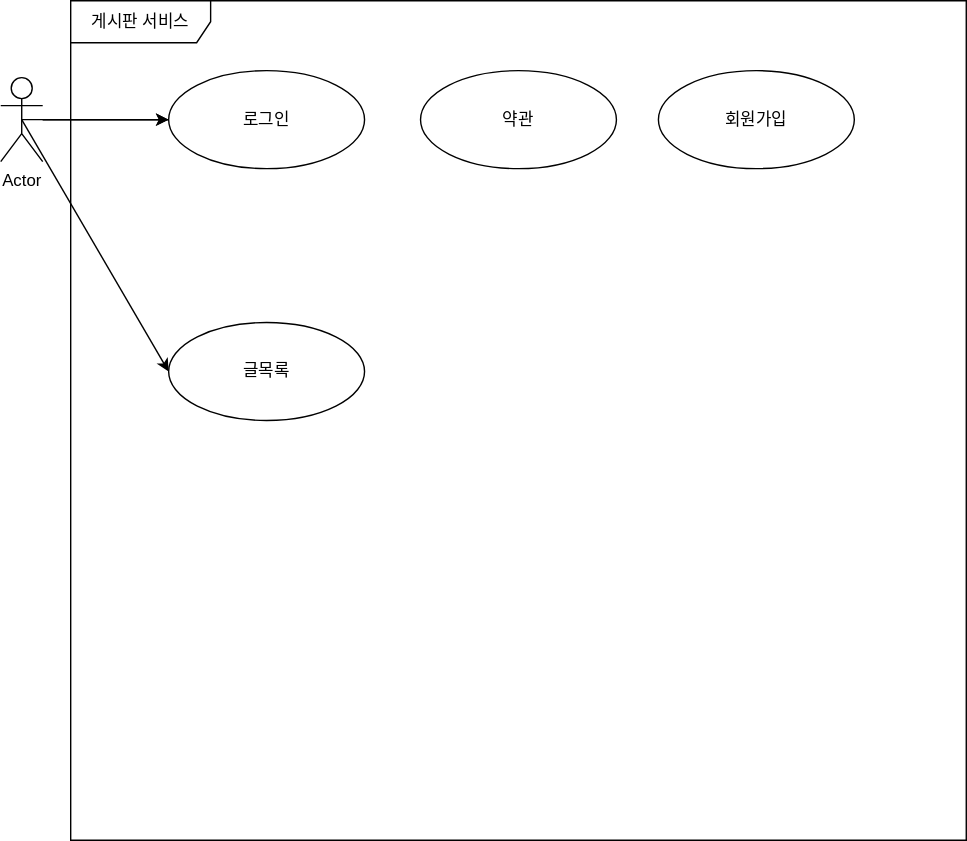
Hongscoding/JSP keeps this draw.io diagram as JBoard1/게시판 서비스.drawio.svg. Above is the earlier version. Source tidied: cells renumbered, new cells last; positions are measured from the earlier drawing's top-left corner, leaving out a move shared by most shapes. Source of this version:
```xml
<mxGraphModel>
  <root>
    <mxCell id="0" />
    <mxCell id="1" parent="0" />
    <mxCell id="2" style="edgeStyle=orthogonalEdgeStyle;rounded=0;jettySize=auto;html=1;exitX=0.5;exitY=0.5;exitDx=0;exitDy=0;exitPerimeter=0;" parent="1" edge="1" source="5" target="9">
      <mxGeometry relative="1" as="geometry" />
    </mxCell>
    <mxCell id="3" style="rounded=0;jettySize=auto;html=1;exitX=0.5;exitY=0.5;exitDx=0;exitDy=0;exitPerimeter=0;entryX=0;entryY=0.5;entryDx=0;entryDy=0;" parent="1" edge="1" source="5" target="10">
      <mxGeometry relative="1" as="geometry" />
    </mxCell>
    <mxCell id="4" style="edgeStyle=orthogonalEdgeStyle;rounded=0;jettySize=auto;html=1;" parent="1" edge="1" source="5" target="9">
      <mxGeometry relative="1" as="geometry" />
    </mxCell>
    <mxCell id="5" value="Actor" style="shape=umlActor;verticalLabelPosition=bottom;verticalAlign=top;html=1;outlineConnect=0;" parent="1" vertex="1">
      <mxGeometry y="55" width="30" height="60" as="geometry" />
    </mxCell>
    <mxCell id="6" value="게시판 서비스" style="shape=umlFrame;whiteSpace=wrap;html=1;width=100;height=30;" parent="1" vertex="1">
      <mxGeometry x="50" width="640" height="600" as="geometry" />
    </mxCell>
    <mxCell id="7" style="edgeStyle=none;rounded=0;jettySize=auto;html=1;endArrow=none;endFill=0;" parent="1" edge="1" source="9" target="5">
      <mxGeometry relative="1" as="geometry" />
    </mxCell>
    <mxCell id="8" style="edgeStyle=none;rounded=0;jettySize=auto;html=1;endArrow=none;endFill=0;strokeWidth=1;startArrow=none;startFill=0;" parent="1" edge="1" source="9" target="5">
      <mxGeometry relative="1" as="geometry" />
    </mxCell>
    <mxCell id="9" value="로그인" style="ellipse;whiteSpace=wrap;html=1;" parent="1" vertex="1">
      <mxGeometry x="120" y="50" width="140" height="70" as="geometry" />
    </mxCell>
    <mxCell id="10" value="글목록" style="ellipse;whiteSpace=wrap;html=1;" parent="1" vertex="1">
      <mxGeometry x="120" y="230" width="140" height="70" as="geometry" />
    </mxCell>
    <mxCell id="11" value="약관" style="ellipse;whiteSpace=wrap;html=1;" parent="1" vertex="1">
      <mxGeometry x="300" y="50" width="140" height="70" as="geometry" />
    </mxCell>
    <mxCell id="12" value="회원가입" style="ellipse;whiteSpace=wrap;html=1;" parent="1" vertex="1">
      <mxGeometry x="470" y="50" width="140" height="70" as="geometry" />
    </mxCell>
  </root>
</mxGraphModel>
```
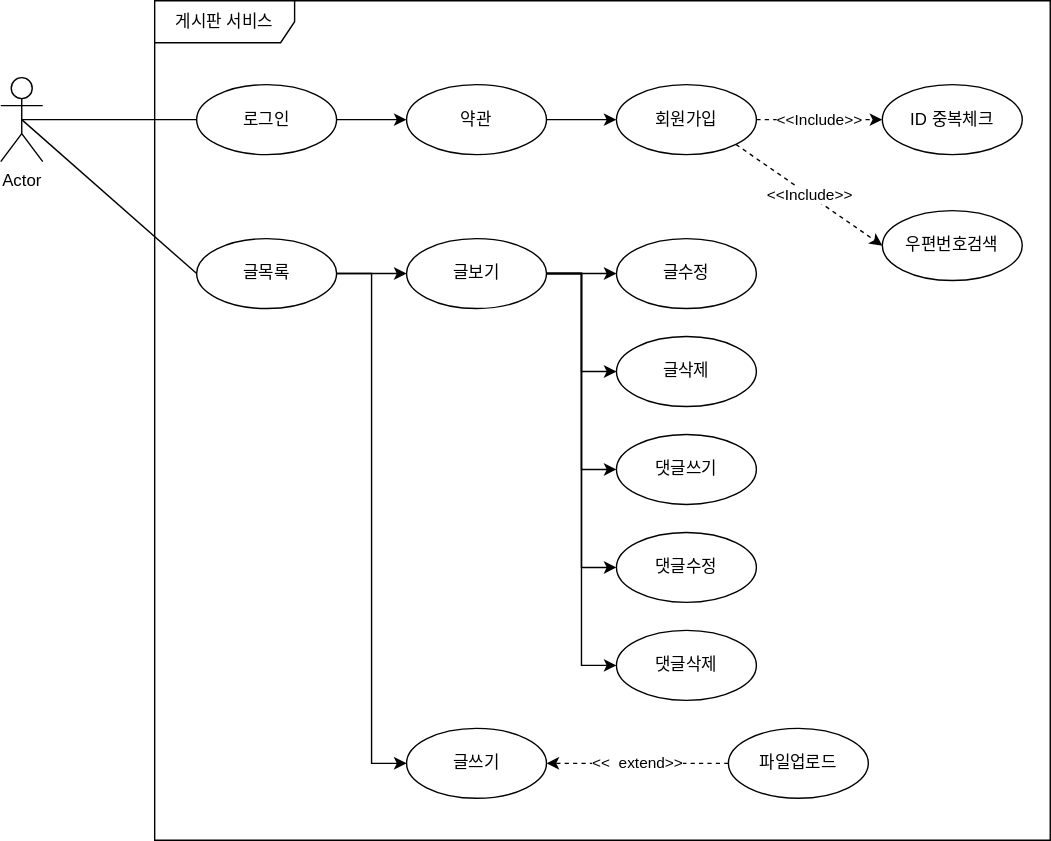
The same file after the commit.

Commit message:
게시판 서비스.drawio.svg 업데이트

Change to the diagram source:
```diff
@@ -2,38 +2,95 @@
   <root>
     <mxCell id="0" />
     <mxCell id="1" parent="0" />
-    <mxCell id="2" style="edgeStyle=orthogonalEdgeStyle;rounded=0;jettySize=auto;html=1;exitX=0.5;exitY=0.5;exitDx=0;exitDy=0;exitPerimeter=0;" parent="1" edge="1" source="5" target="9">
-      <mxGeometry relative="1" as="geometry" />
-    </mxCell>
+    <mxCell id="13" style="edgeStyle=none;rounded=0;jettySize=auto;html=1;exitX=0.5;exitY=0.5;exitDx=0;exitDy=0;exitPerimeter=0;entryX=0;entryY=0.5;entryDx=0;entryDy=0;strokeWidth=1;startArrow=none;startFill=0;endArrow=none;endFill=0;" parent="1" edge="1" source="5" target="9">
+      <mxGeometry relative="1" as="geometry" />
+    </mxCell>
-    <mxCell id="3" style="rounded=0;jettySize=auto;html=1;exitX=0.5;exitY=0.5;exitDx=0;exitDy=0;exitPerimeter=0;entryX=0;entryY=0.5;entryDx=0;entryDy=0;" parent="1" edge="1" source="5" target="10">
+    <mxCell id="3" style="edgeStyle=none;rounded=0;jettySize=auto;html=1;exitX=0.5;exitY=0.5;exitDx=0;exitDy=0;exitPerimeter=0;entryX=0;entryY=0.5;entryDx=0;entryDy=0;strokeWidth=1;startArrow=none;startFill=0;endArrow=none;endFill=0;" parent="1" edge="1" source="5" target="10">
       <mxGeometry relative="1" as="geometry" />
     </mxCell>
-    <mxCell id="4" style="edgeStyle=orthogonalEdgeStyle;rounded=0;jettySize=auto;html=1;" parent="1" edge="1" source="5" target="9">
-      <mxGeometry relative="1" as="geometry" />
-    </mxCell>
     <mxCell id="5" value="Actor" style="shape=umlActor;verticalLabelPosition=bottom;verticalAlign=top;html=1;outlineConnect=0;" parent="1" vertex="1">
-      <mxGeometry y="55" width="30" height="60" as="geometry" />
+      <mxGeometry x="-60" y="55" width="30" height="60" as="geometry" />
     </mxCell>
     <mxCell id="6" value="게시판 서비스" style="shape=umlFrame;whiteSpace=wrap;html=1;width=100;height=30;" parent="1" vertex="1">
       <mxGeometry x="50" width="640" height="600" as="geometry" />
     </mxCell>
-    <mxCell id="7" style="edgeStyle=none;rounded=0;jettySize=auto;html=1;endArrow=none;endFill=0;" parent="1" edge="1" source="9" target="5">
-      <mxGeometry relative="1" as="geometry" />
-    </mxCell>
-    <mxCell id="8" style="edgeStyle=none;rounded=0;jettySize=auto;html=1;endArrow=none;endFill=0;strokeWidth=1;startArrow=none;startFill=0;" parent="1" edge="1" source="9" target="5">
-      <mxGeometry relative="1" as="geometry" />
-    </mxCell>
+    <mxCell id="14" style="edgeStyle=none;rounded=0;jettySize=auto;html=1;strokeWidth=1;startArrow=none;startFill=0;endArrow=classic;endFill=1;" parent="1" edge="1" source="9" target="11">
+      <mxGeometry relative="1" as="geometry" />
+    </mxCell>
     <mxCell id="9" value="로그인" style="ellipse;whiteSpace=wrap;html=1;" parent="1" vertex="1">
-      <mxGeometry x="120" y="50" width="140" height="70" as="geometry" />
+      <mxGeometry x="80" y="60" width="100" height="50" as="geometry" />
     </mxCell>
+    <mxCell id="15" style="edgeStyle=none;rounded=0;jettySize=auto;html=1;exitX=1;exitY=0.5;exitDx=0;exitDy=0;entryX=0;entryY=0.5;entryDx=0;entryDy=0;strokeWidth=1;startArrow=none;startFill=0;endArrow=classic;endFill=1;" parent="1" edge="1" source="10" target="27">
+      <mxGeometry relative="1" as="geometry" />
+    </mxCell>
+    <mxCell id="16" style="edgeStyle=orthogonalEdgeStyle;rounded=0;jettySize=auto;html=1;exitX=1;exitY=0.5;exitDx=0;exitDy=0;entryX=0;entryY=0.5;entryDx=0;entryDy=0;strokeWidth=1;startArrow=none;startFill=0;endArrow=classic;endFill=1;" parent="1" edge="1" source="10" target="33">
+      <mxGeometry relative="1" as="geometry" />
+    </mxCell>
     <mxCell id="10" value="글목록" style="ellipse;whiteSpace=wrap;html=1;" parent="1" vertex="1">
-      <mxGeometry x="120" y="230" width="140" height="70" as="geometry" />
+      <mxGeometry x="80" y="170" width="100" height="50" as="geometry" />
     </mxCell>
+    <mxCell id="17" style="edgeStyle=none;rounded=0;jettySize=auto;html=1;strokeWidth=1;startArrow=none;startFill=0;endArrow=classic;endFill=1;" parent="1" edge="1" source="11" target="12">
+      <mxGeometry relative="1" as="geometry" />
+    </mxCell>
     <mxCell id="11" value="약관" style="ellipse;whiteSpace=wrap;html=1;" parent="1" vertex="1">
-      <mxGeometry x="300" y="50" width="140" height="70" as="geometry" />
+      <mxGeometry x="230" y="60" width="100" height="50" as="geometry" />
     </mxCell>
+    <mxCell id="18" value="&amp;lt;&amp;lt;Include&amp;gt;&amp;gt;" style="edgeStyle=none;rounded=0;jettySize=auto;html=1;exitX=1;exitY=1;exitDx=0;exitDy=0;entryX=0;entryY=0.5;entryDx=0;entryDy=0;dashed=1;strokeWidth=1;startArrow=none;startFill=0;endArrow=classic;endFill=1;" parent="1" edge="1" source="12" target="21">
+      <mxGeometry relative="1" as="geometry" />
+    </mxCell>
+    <mxCell id="19" value="&amp;lt;&amp;lt;Include&amp;gt;&amp;gt;" style="edgeStyle=none;rounded=0;jettySize=auto;html=1;exitX=1;exitY=0.5;exitDx=0;exitDy=0;entryX=0;entryY=0.5;entryDx=0;entryDy=0;dashed=1;strokeWidth=1;startArrow=none;startFill=0;endArrow=classic;endFill=1;" parent="1" edge="1" source="12" target="20">
+      <mxGeometry relative="1" as="geometry" />
+    </mxCell>
     <mxCell id="12" value="회원가입" style="ellipse;whiteSpace=wrap;html=1;" parent="1" vertex="1">
-      <mxGeometry x="470" y="50" width="140" height="70" as="geometry" />
+      <mxGeometry x="380" y="60" width="100" height="50" as="geometry" />
     </mxCell>
+    <mxCell id="20" value="ID 중복체크" style="ellipse;whiteSpace=wrap;html=1;" parent="1" vertex="1">
+      <mxGeometry x="570" y="60" width="100" height="50" as="geometry" />
+    </mxCell>
+    <mxCell id="21" value="우편번호검색" style="ellipse;whiteSpace=wrap;html=1;" parent="1" vertex="1">
+      <mxGeometry x="570" y="150" width="100" height="50" as="geometry" />
+    </mxCell>
+    <mxCell id="22" style="edgeStyle=orthogonalEdgeStyle;rounded=0;jettySize=auto;html=1;exitX=1;exitY=0.5;exitDx=0;exitDy=0;strokeWidth=1;startArrow=none;startFill=0;endArrow=classic;endFill=1;" parent="1" edge="1" source="27" target="28">
+      <mxGeometry relative="1" as="geometry" />
+    </mxCell>
+    <mxCell id="23" style="edgeStyle=orthogonalEdgeStyle;rounded=0;jettySize=auto;html=1;exitX=1;exitY=0.5;exitDx=0;exitDy=0;entryX=0;entryY=0.5;entryDx=0;entryDy=0;strokeWidth=1;startArrow=none;startFill=0;endArrow=classic;endFill=1;" parent="1" edge="1" source="27" target="29">
+      <mxGeometry relative="1" as="geometry" />
+    </mxCell>
+    <mxCell id="24" style="edgeStyle=orthogonalEdgeStyle;rounded=0;jettySize=auto;html=1;exitX=1;exitY=0.5;exitDx=0;exitDy=0;entryX=0;entryY=0.5;entryDx=0;entryDy=0;strokeWidth=1;startArrow=none;startFill=0;endArrow=classic;endFill=1;" parent="1" edge="1" source="27" target="30">
+      <mxGeometry relative="1" as="geometry" />
+    </mxCell>
+    <mxCell id="25" style="edgeStyle=orthogonalEdgeStyle;rounded=0;jettySize=auto;html=1;exitX=1;exitY=0.5;exitDx=0;exitDy=0;entryX=0;entryY=0.5;entryDx=0;entryDy=0;strokeWidth=1;startArrow=none;startFill=0;endArrow=classic;endFill=1;" parent="1" edge="1" source="27" target="31">
+      <mxGeometry relative="1" as="geometry" />
+    </mxCell>
+    <mxCell id="26" style="edgeStyle=orthogonalEdgeStyle;rounded=0;jettySize=auto;html=1;exitX=1;exitY=0.5;exitDx=0;exitDy=0;entryX=0;entryY=0.5;entryDx=0;entryDy=0;strokeWidth=1;startArrow=none;startFill=0;endArrow=classic;endFill=1;" parent="1" edge="1" source="27" target="32">
+      <mxGeometry relative="1" as="geometry" />
+    </mxCell>
+    <mxCell id="27" value="글보기" style="ellipse;whiteSpace=wrap;html=1;" parent="1" vertex="1">
+      <mxGeometry x="230" y="170" width="100" height="50" as="geometry" />
+    </mxCell>
+    <mxCell id="28" value="글수정" style="ellipse;whiteSpace=wrap;html=1;" parent="1" vertex="1">
+      <mxGeometry x="380" y="170" width="100" height="50" as="geometry" />
+    </mxCell>
+    <mxCell id="29" value="글삭제" style="ellipse;whiteSpace=wrap;html=1;" parent="1" vertex="1">
+      <mxGeometry x="380" y="240" width="100" height="50" as="geometry" />
+    </mxCell>
+    <mxCell id="30" value="댓글쓰기" style="ellipse;whiteSpace=wrap;html=1;" parent="1" vertex="1">
+      <mxGeometry x="380" y="310" width="100" height="50" as="geometry" />
+    </mxCell>
+    <mxCell id="31" value="댓글수정" style="ellipse;whiteSpace=wrap;html=1;" parent="1" vertex="1">
+      <mxGeometry x="380" y="380" width="100" height="50" as="geometry" />
+    </mxCell>
+    <mxCell id="32" value="댓글삭제" style="ellipse;whiteSpace=wrap;html=1;" parent="1" vertex="1">
+      <mxGeometry x="380" y="450" width="100" height="50" as="geometry" />
+    </mxCell>
+    <mxCell id="33" value="글쓰기" style="ellipse;whiteSpace=wrap;html=1;" parent="1" vertex="1">
+      <mxGeometry x="230" y="520" width="100" height="50" as="geometry" />
+    </mxCell>
+    <mxCell id="34" value="&amp;lt;&amp;lt;&amp;nbsp; extend&amp;gt;&amp;gt;" style="edgeStyle=orthogonalEdgeStyle;rounded=0;jettySize=auto;html=1;exitX=0;exitY=0.5;exitDx=0;exitDy=0;dashed=1;strokeWidth=1;startArrow=none;startFill=0;endArrow=classic;endFill=1;" parent="1" edge="1" source="35" target="33">
+      <mxGeometry relative="1" as="geometry" />
+    </mxCell>
+    <mxCell id="35" value="파일업로드" style="ellipse;whiteSpace=wrap;html=1;" parent="1" vertex="1">
+      <mxGeometry x="460" y="520" width="100" height="50" as="geometry" />
+    </mxCell>
   </root>
 </mxGraphModel>
```
